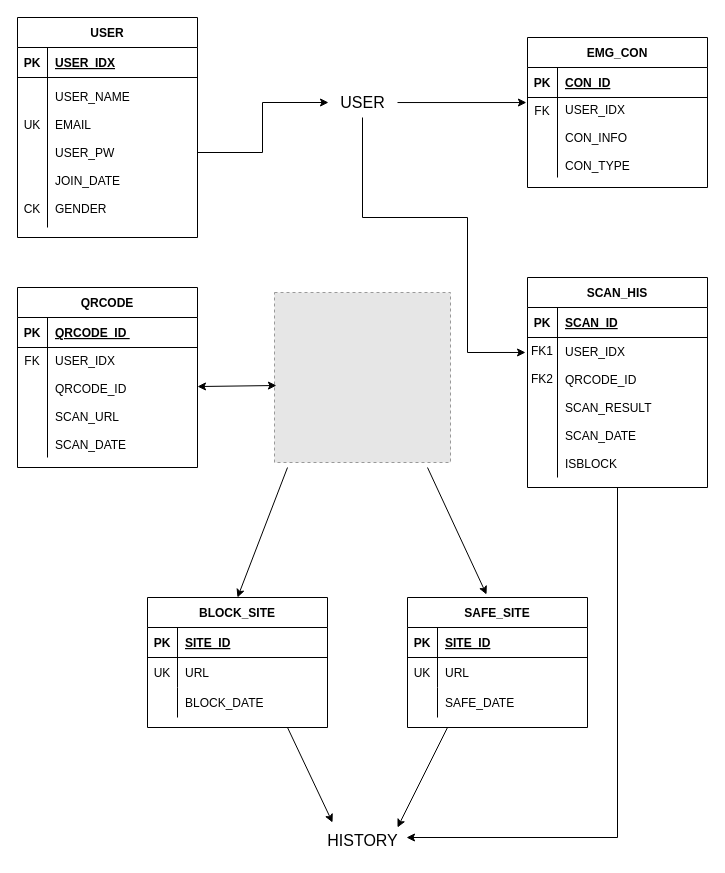
gjseh115/usecase keeps this draw.io diagram as QRcode.drawio. Above is the earlier version. Source tidied: cells renumbered, new cells numbered last; positions are measured from the earlier drawing's top-left corner, leaving out a move shared by most shapes. Both pictures are drawn from the tidied source at 100%, with x=0, y=0 at pixel (17, 17). Pictures stored in the file or linked from it are replaced by grey dashed boxes.
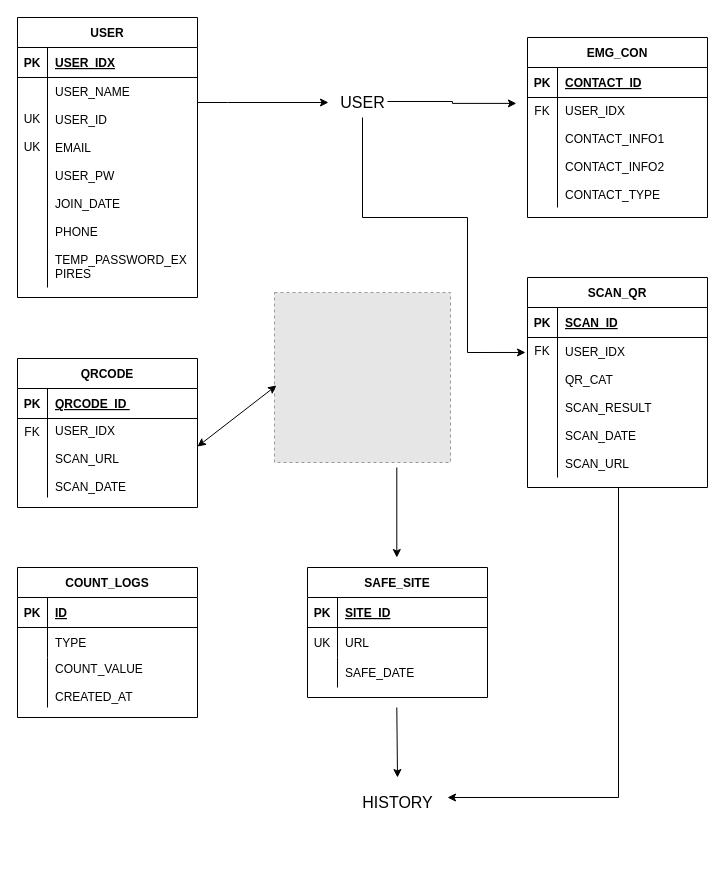
After the change.

Unchanged cells that the change refers to:
```xml
<mxCell id="41" style="shape=partialRectangle;fillColor=none;points=[[0,0.5],[1,0.5]];portConstraint=eastwest;top=0;left=0;right=0;bottom=0;" parent="37" vertex="1">
  <mxGeometry y="60" width="180" height="140" as="geometry" />
</mxCell>
<mxCell id="45" style="shape=partialRectangle;fillColor=none;top=0;left=0;right=0;bottom=1;" parent="44" vertex="1">
  <mxGeometry y="30" width="180" height="30" as="geometry" />
</mxCell>
<mxCell id="51" value="&lt;font style=&quot;font-size: 16px;&quot;&gt;USER&lt;/font&gt;" style="text;html=1;align=center;verticalAlign=middle;points=[];strokeColor=none;fillColor=none;" parent="1" vertex="1">
  <mxGeometry x="310" y="70" width="70" height="30" as="geometry" />
</mxCell>
```

The edit, as a diff of the source:
```diff
@@
     <mxCell id="2" value="QRCODE" style="shape=table;startSize=30;childLayout=tableLayout;rowLines=0;fontStyle=1;align=center;" parent="1" vertex="1">
-      <mxGeometry y="270" width="180" height="180" as="geometry" />
+      <mxGeometry y="341" width="180" height="149" as="geometry" />
     </mxCell>
@@
     <mxCell id="6" style="shape=partialRectangle;fillColor=none;points=[[0,0.5],[1,0.5]];portConstraint=eastwest;top=0;left=0;right=0;bottom=0;" parent="2" vertex="1">
-      <mxGeometry y="60" width="180" height="110" as="geometry" />
+      <mxGeometry y="60" width="180" height="79" as="geometry" />
     </mxCell>
     <mxCell id="7" value="FK" style="shape=partialRectangle;overflow=hidden;fillColor=none;top=0;left=0;bottom=0;right=0;verticalAlign=top;" parent="6" vertex="1">
-      <mxGeometry width="30" height="110" as="geometry" />
+      <mxGeometry width="30" height="79" as="geometry" />
     </mxCell>
-    <mxCell id="8" value="USER_IDX&#10;&#10;QRCODE_ID&#10;&#10;SCAN_URL&#10;&#10;SCAN_DATE" style="shape=partialRectangle;overflow=hidden;fillColor=none;top=0;left=0;bottom=0;right=0;align=left;spacingLeft=6;" parent="6" vertex="1">
-      <mxGeometry x="30" width="150" height="110" as="geometry" />
+    <mxCell id="8" value="USER_IDX&#10;&#10;SCAN_URL&#10;&#10;SCAN_DATE" style="shape=partialRectangle;overflow=hidden;fillColor=none;top=0;left=0;bottom=0;right=0;align=left;spacingLeft=6;" parent="6" vertex="1">
+      <mxGeometry x="30" width="150" height="79" as="geometry" />
     </mxCell>
-    <mxCell id="9" value="BLOCK_SITE" style="shape=table;startSize=30;childLayout=tableLayout;rowLines=0;fontStyle=1;align=center;" parent="1" vertex="1">
-      <mxGeometry x="130" y="580" width="180" height="130" as="geometry" />
-    </mxCell>
-    <mxCell id="10" style="shape=partialRectangle;fillColor=none;top=0;left=0;right=0;bottom=1;" parent="9" vertex="1">
-      <mxGeometry y="30" width="180" height="30" as="geometry" />
-    </mxCell>
-    <mxCell id="11" value="PK" style="shape=partialRectangle;overflow=hidden;fillColor=none;top=0;left=0;bottom=0;right=0;fontStyle=1;" parent="10" vertex="1">
-      <mxGeometry width="30" height="30" as="geometry" />
-    </mxCell>
-    <mxCell id="12" value="SITE_ID" style="shape=partialRectangle;overflow=hidden;fillColor=none;top=0;left=0;bottom=0;right=0;align=left;spacingLeft=6;fontStyle=5;" parent="10" vertex="1">
-      <mxGeometry x="30" width="150" height="30" as="geometry" />
-    </mxCell>
-    <mxCell id="13" style="shape=partialRectangle;fillColor=none;top=0;left=0;right=0;bottom=0;" parent="9" vertex="1">
-      <mxGeometry y="60" width="180" height="30" as="geometry" />
-    </mxCell>
-    <mxCell id="14" value="UK" style="shape=partialRectangle;overflow=hidden;fillColor=none;top=0;left=0;bottom=0;right=0;" parent="13" vertex="1">
-      <mxGeometry width="30" height="30" as="geometry" />
-    </mxCell>
-    <mxCell id="15" value="URL" style="shape=partialRectangle;overflow=hidden;fillColor=none;top=0;left=0;bottom=0;right=0;align=left;spacingLeft=6;" parent="13" vertex="1">
-      <mxGeometry x="30" width="150" height="30" as="geometry" />
-    </mxCell>
-    <mxCell id="16" style="shape=partialRectangle;fillColor=none;top=0;left=0;right=0;bottom=0;" parent="9" vertex="1">
-      <mxGeometry y="90" width="180" height="30" as="geometry" />
-    </mxCell>
-    <mxCell id="17" style="shape=partialRectangle;overflow=hidden;fillColor=none;top=0;left=0;bottom=0;right=0;" parent="16" vertex="1">
-      <mxGeometry width="30" height="30" as="geometry" />
-    </mxCell>
-    <mxCell id="18" value="BLOCK_DATE" style="shape=partialRectangle;overflow=hidden;fillColor=none;top=0;left=0;bottom=0;right=0;align=left;spacingLeft=6;" parent="16" vertex="1">
-      <mxGeometry x="30" width="150" height="30" as="geometry" />
-    </mxCell>
     <mxCell id="19" value="USER" style="shape=table;startSize=30;childLayout=tableLayout;rowLines=0;fontStyle=1;align=center;" parent="1" vertex="1">
-      <mxGeometry width="180" height="220" as="geometry" />
+      <mxGeometry width="180" height="280" as="geometry" />
     </mxCell>
@@
     <mxCell id="23" style="shape=partialRectangle;fillColor=none;points=[[0,0.5],[1,0.5]];portConstraint=eastwest;top=0;left=0;right=0;bottom=0;" parent="19" vertex="1">
-      <mxGeometry y="60" width="180" height="150" as="geometry" />
+      <mxGeometry y="60" width="180" height="210" as="geometry" />
     </mxCell>
-    <mxCell id="24" value="&#10;&#10;UK&#10;&#10;&#10;&#10;&#10;&#10;CK" style="shape=partialRectangle;overflow=hidden;fillColor=none;top=0;left=0;bottom=0;right=0;verticalAlign=middle;" parent="23" vertex="1">
-      <mxGeometry width="30" height="150" as="geometry" />
+    <mxCell id="24" value="&#10;&#10;UK&#10;&#10;UK" style="shape=partialRectangle;overflow=hidden;fillColor=none;top=0;left=0;bottom=0;right=0;verticalAlign=top;" parent="23" vertex="1">
+      <mxGeometry width="30" height="210" as="geometry" />
     </mxCell>
-    <mxCell id="25" value="USER_NAME&#10;&#10;EMAIL&#10;&#10;USER_PW&#10;&#10;JOIN_DATE&#10;&#10;GENDER" style="shape=partialRectangle;overflow=hidden;fillColor=none;top=0;left=0;bottom=0;right=0;align=left;spacingLeft=6;" parent="23" vertex="1">
-      <mxGeometry x="30" width="150" height="150" as="geometry" />
+    <mxCell id="25" value="USER_NAME&#10;&#10;USER_ID&#10;&#10;EMAIL&#10;&#10;USER_PW&#10;&#10;JOIN_DATE&#10;&#10;PHONE&#10;&#10;TEMP_PASSWORD_EX&#10;PIRES" style="shape=partialRectangle;overflow=hidden;fillColor=none;top=0;left=0;bottom=0;right=0;align=left;spacingLeft=6;" parent="23" vertex="1">
+      <mxGeometry x="30" width="150" height="210" as="geometry" />
     </mxCell>
@@
     <mxCell id="27" value="SAFE_SITE" style="shape=table;startSize=30;childLayout=tableLayout;rowLines=0;fontStyle=1;align=center;" parent="1" vertex="1">
-      <mxGeometry x="390" y="580" width="180" height="130" as="geometry" />
+      <mxGeometry x="290" y="550" width="180" height="130" as="geometry" />
     </mxCell>
@@
-    <mxCell id="37" value="SCAN_HIS" style="shape=table;startSize=30;childLayout=tableLayout;rowLines=0;fontStyle=1;align=center;" parent="1" vertex="1">
+    <mxCell id="37" value="SCAN_QR" style="shape=table;startSize=30;childLayout=tableLayout;rowLines=0;fontStyle=1;align=center;" parent="1" vertex="1">
       <mxGeometry x="510" y="260" width="180" height="210" as="geometry" />
     </mxCell>
@@
-    <mxCell id="42" value="FK1&#10;&#10;FK2&#10;" style="shape=partialRectangle;overflow=hidden;fillColor=none;top=0;left=0;bottom=0;right=0;verticalAlign=top;" parent="41" vertex="1">
+    <mxCell id="42" value="FK&#10;" style="shape=partialRectangle;overflow=hidden;fillColor=none;top=0;left=0;bottom=0;right=0;verticalAlign=top;" parent="41" vertex="1">
       <mxGeometry width="30" height="140" as="geometry" />
     </mxCell>
-    <mxCell id="43" value="USER_IDX&#10;&#10;QRCODE_ID&#10;&#10;SCAN_RESULT&#10;&#10;SCAN_DATE&#10;&#10;ISBLOCK" style="shape=partialRectangle;overflow=hidden;fillColor=none;top=0;left=0;bottom=0;right=0;align=left;spacingLeft=6;" parent="41" vertex="1">
+    <mxCell id="43" value="USER_IDX&#10;&#10;QR_CAT&#10;&#10;SCAN_RESULT&#10;&#10;SCAN_DATE&#10;&#10;SCAN_URL" style="shape=partialRectangle;overflow=hidden;fillColor=none;top=0;left=0;bottom=0;right=0;align=left;spacingLeft=6;" parent="41" vertex="1">
       <mxGeometry x="30" width="150" height="140" as="geometry" />
     </mxCell>
     <mxCell id="44" value="EMG_CON" style="shape=table;startSize=30;childLayout=tableLayout;rowLines=0;fontStyle=1;align=center;" parent="1" vertex="1">
-      <mxGeometry x="510" y="20" width="180" height="150" as="geometry" />
+      <mxGeometry x="510" y="20" width="180" height="180" as="geometry" />
     </mxCell>
@@
-    <mxCell id="47" value="CON_ID" style="shape=partialRectangle;overflow=hidden;fillColor=none;top=0;left=0;bottom=0;right=0;align=left;spacingLeft=6;fontStyle=5;" parent="45" vertex="1">
+    <mxCell id="47" value="CONTACT_ID" style="shape=partialRectangle;overflow=hidden;fillColor=none;top=0;left=0;bottom=0;right=0;align=left;spacingLeft=6;fontStyle=5;" parent="45" vertex="1">
       <mxGeometry x="30" width="150" height="30" as="geometry" />
     </mxCell>
     <mxCell id="48" style="shape=partialRectangle;fillColor=none;points=[[0,0.5],[1,0.5]];portConstraint=eastwest;top=0;left=0;right=0;bottom=0;" parent="44" vertex="1">
-      <mxGeometry y="60" width="180" height="80" as="geometry" />
+      <mxGeometry y="60" width="180" height="110" as="geometry" />
     </mxCell>
     <mxCell id="49" value="FK" style="shape=partialRectangle;overflow=hidden;fillColor=none;top=0;left=0;bottom=0;right=0;verticalAlign=top;" parent="48" vertex="1">
-      <mxGeometry width="30" height="80" as="geometry" />
+      <mxGeometry width="30" height="110" as="geometry" />
     </mxCell>
-    <mxCell id="50" value="USER_IDX&#10;&#10;CON_INFO&#10;&#10;CON_TYPE" style="shape=partialRectangle;overflow=hidden;fillColor=none;top=0;left=0;bottom=0;right=0;align=left;spacingLeft=6;" parent="48" vertex="1">
-      <mxGeometry x="30" width="150" height="80" as="geometry" />
+    <mxCell id="50" value="USER_IDX&#10;&#10;CONTACT_INFO1&#10;&#10;CONTACT_INFO2&#10;&#10;CONTACT_TYPE" style="shape=partialRectangle;overflow=hidden;fillColor=none;top=0;left=0;bottom=0;right=0;align=left;spacingLeft=6;" parent="48" vertex="1">
+      <mxGeometry x="30" width="150" height="110" as="geometry" />
     </mxCell>
@@
     <mxCell id="52" style="edgeStyle=orthogonalEdgeStyle;rounded=0;jettySize=auto;html=1;entryX=0.014;entryY=0.5;entryDx=0;entryDy=0;entryPerimeter=0;" parent="1" edge="1" source="23" target="51">
-      <mxGeometry relative="1" as="geometry" />
+      <mxGeometry relative="1" as="geometry">
+        <Array as="points">
+          <mxPoint x="210" y="85" />
+          <mxPoint x="210" y="85" />
+        </Array>
+      </mxGeometry>
     </mxCell>
-    <mxCell id="53" style="edgeStyle=orthogonalEdgeStyle;rounded=0;jettySize=auto;html=1;entryX=-0.006;entryY=0.063;entryDx=0;entryDy=0;entryPerimeter=0;" parent="1" edge="1" source="51" target="48">
-      <mxGeometry relative="1" as="geometry" />
+    <mxCell id="53" style="edgeStyle=orthogonalEdgeStyle;rounded=0;orthogonalLoop=1;jettySize=auto;html=1;entryX=-0.006;entryY=0.063;entryDx=0;entryDy=0;entryPerimeter=0;" parent="1" edge="1">
+      <mxGeometry relative="1" as="geometry">
+        <mxPoint x="370" y="84" as="sourcePoint" />
+        <mxPoint x="498.9" y="85.9" as="targetPoint" />
+        <Array as="points">
+          <mxPoint x="434.9" y="85" />
+          <mxPoint x="499.9" y="85" />
+          <mxPoint x="499.9" y="86" />
+        </Array>
+      </mxGeometry>
     </mxCell>
@@
     <mxCell id="55" value="&lt;font style=&quot;font-size: 16px;&quot;&gt;HISTORY&lt;/font&gt;" style="text;html=1;align=center;verticalAlign=middle;points=[];strokeColor=none;fillColor=none;" parent="1" vertex="1">
-      <mxGeometry x="300" y="808" width="90" height="30" as="geometry" />
+      <mxGeometry x="335" y="770" width="90" height="30" as="geometry" />
     </mxCell>
-    <mxCell id="56" style="edgeStyle=orthogonalEdgeStyle;rounded=0;jettySize=auto;html=1;entryX=0.989;entryY=0.4;entryDx=0;entryDy=0;entryPerimeter=0;" parent="1" edge="1" source="37" target="55">
+    <mxCell id="56" style="edgeStyle=orthogonalEdgeStyle;rounded=0;orthogonalLoop=1;jettySize=auto;html=1;" parent="1" edge="1">
       <mxGeometry relative="1" as="geometry">
+        <mxPoint x="601" y="470" as="sourcePoint" />
+        <mxPoint x="430" y="780" as="targetPoint" />
         <Array as="points">
-          <mxPoint x="600" y="820" />
+          <mxPoint x="601" y="780" />
+          <mxPoint x="430" y="780" />
         </Array>
       </mxGeometry>
     </mxCell>
@@
-    <mxCell id="58" style="endArrow=classic;html=1;rounded=0;entryX=0.5;entryY=0;entryDx=0;entryDy=0;" parent="1" edge="1" target="9">
-      <mxGeometry relative="1" as="geometry">
-        <mxPoint x="270" y="450" as="sourcePoint" />
-      </mxGeometry>
-    </mxCell>
-    <mxCell id="59" style="endArrow=classic;html=1;rounded=0;entryX=0.439;entryY=-0.023;entryDx=0;entryDy=0;entryPerimeter=0;" parent="1" edge="1" target="27">
+    <mxCell id="59" style="endArrow=classic;html=1;rounded=0;" parent="1" edge="1">
       <mxGeometry relative="1" as="geometry">
-        <mxPoint x="410" y="450" as="sourcePoint" />
+        <mxPoint x="379.3" y="450" as="sourcePoint" />
+        <mxPoint x="379.3" y="540" as="targetPoint" />
       </mxGeometry>
     </mxCell>
-    <mxCell id="60" style="endArrow=classic;html=1;rounded=0;entryX=0.167;entryY=-0.1;entryDx=0;entryDy=0;entryPerimeter=0;" parent="1" edge="1" target="55">
-      <mxGeometry relative="1" as="geometry">
-        <mxPoint x="270" y="710" as="sourcePoint" />
-      </mxGeometry>
-    </mxCell>
-    <mxCell id="61" style="endArrow=classic;html=1;rounded=0;entryX=0.889;entryY=0.067;entryDx=0;entryDy=0;entryPerimeter=0;" parent="1" edge="1" target="55">
+    <mxCell id="61" style="endArrow=classic;html=1;rounded=0;" parent="1" edge="1">
       <mxGeometry relative="1" as="geometry">
-        <mxPoint x="430" y="710" as="sourcePoint" />
+        <mxPoint x="379.3" y="690" as="sourcePoint" />
+        <mxPoint x="380" y="760" as="targetPoint" />
       </mxGeometry>
     </mxCell>
+    <mxCell id="62" value="COUNT_LOGS" style="shape=table;startSize=30;childLayout=tableLayout;rowLines=0;fontStyle=1;align=center;" parent="1" vertex="1">
+      <mxGeometry y="550" width="180" height="150" as="geometry" />
+    </mxCell>
+    <mxCell id="10" style="shape=partialRectangle;fillColor=none;top=0;left=0;right=0;bottom=1;" parent="62" vertex="1">
+      <mxGeometry y="30" width="180" height="30" as="geometry" />
+    </mxCell>
+    <mxCell id="11" value="PK" style="shape=partialRectangle;overflow=hidden;fillColor=none;top=0;left=0;bottom=0;right=0;fontStyle=1;" parent="10" vertex="1">
+      <mxGeometry width="30" height="30" as="geometry" />
+    </mxCell>
+    <mxCell id="63" value="ID" style="shape=partialRectangle;overflow=hidden;fillColor=none;top=0;left=0;bottom=0;right=0;align=left;spacingLeft=6;fontStyle=5;" parent="10" vertex="1">
+      <mxGeometry x="30" width="150" height="30" as="geometry" />
+    </mxCell>
+    <mxCell id="13" style="shape=partialRectangle;fillColor=none;top=0;left=0;right=0;bottom=0;" parent="62" vertex="1">
+      <mxGeometry y="60" width="180" height="30" as="geometry" />
+    </mxCell>
+    <mxCell id="17" style="shape=partialRectangle;overflow=hidden;fillColor=none;top=0;left=0;bottom=0;right=0;" parent="13" vertex="1">
+      <mxGeometry width="30" height="30" as="geometry" />
+    </mxCell>
+    <mxCell id="64" value="TYPE" style="shape=partialRectangle;overflow=hidden;fillColor=none;top=0;left=0;bottom=0;right=0;align=left;spacingLeft=6;" parent="13" vertex="1">
+      <mxGeometry x="30" width="150" height="30" as="geometry" />
+    </mxCell>
+    <mxCell id="65" style="shape=partialRectangle;fillColor=none;top=0;left=0;right=0;bottom=0;" parent="62" vertex="1">
+      <mxGeometry y="90" width="180" height="50" as="geometry" />
+    </mxCell>
+    <mxCell id="66" style="shape=partialRectangle;overflow=hidden;fillColor=none;top=0;left=0;bottom=0;right=0;" parent="65" vertex="1">
+      <mxGeometry width="30" height="50" as="geometry" />
+    </mxCell>
+    <mxCell id="67" value="COUNT_VALUE&#10;&#10;CREATED_AT" style="shape=partialRectangle;overflow=hidden;fillColor=none;top=0;left=0;bottom=0;right=0;align=left;spacingLeft=6;" parent="65" vertex="1">
+      <mxGeometry x="30" width="150" height="50" as="geometry" />
+    </mxCell>
```
